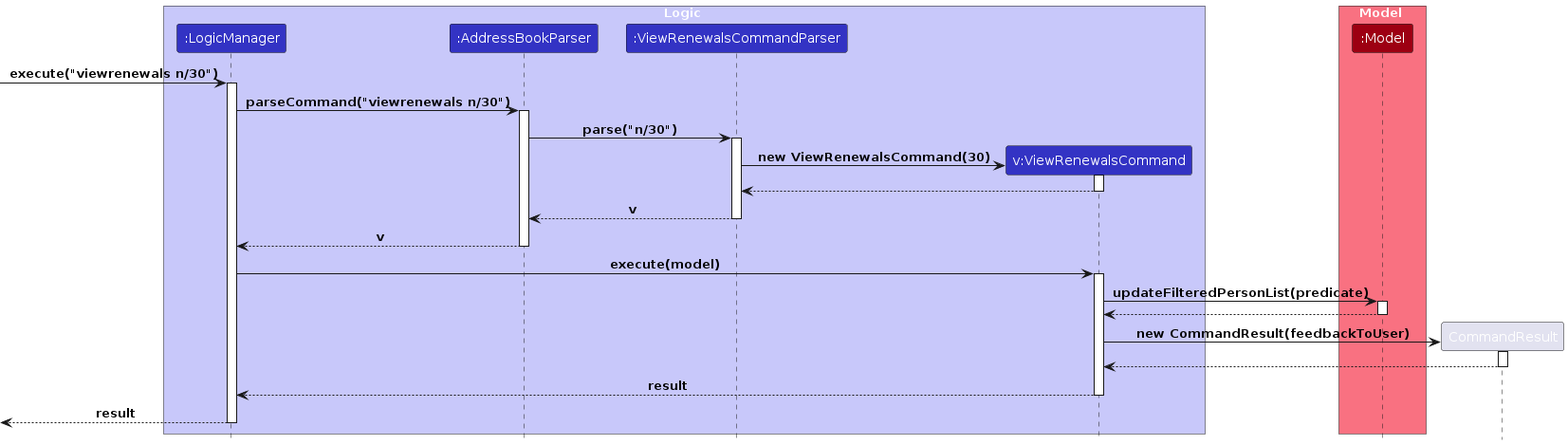
Above: diagrams/ViewRenewalsSequenceDiagram.png in AY2425S2-CS2103-F08-2/tp (PlantUML), before the change. Its source is kept beside it as diagrams/ViewRenewalsSequenceDiagram.puml. The source it was exported from:
```plantuml
@startuml

!include style.puml

box Logic LOGIC_COLOR_T1
participant ":LogicManager" as LogicManager LOGIC_COLOR
participant ":AddressBookParser" as AddressBookParser LOGIC_COLOR
participant ":ViewRenewalsCommandParser" as ViewRenewalsCommandParser LOGIC_COLOR
participant "v:ViewRenewalsCommand" as ViewRenewalsCommand LOGIC_COLOR
end box

box Model MODEL_COLOR_T1
participant ":Model" as Model MODEL_COLOR
end box

[-> LogicManager : execute("viewrenewals n/30")
activate LogicManager

LogicManager -> AddressBookParser : parseCommand("viewrenewals n/30")
activate AddressBookParser

AddressBookParser -> ViewRenewalsCommandParser : parse("n/30")
activate ViewRenewalsCommandParser

create ViewRenewalsCommand
ViewRenewalsCommandParser -> ViewRenewalsCommand : new ViewRenewalsCommand(30)
activate ViewRenewalsCommand

ViewRenewalsCommand --> ViewRenewalsCommandParser
deactivate ViewRenewalsCommand

ViewRenewalsCommandParser --> AddressBookParser : v
deactivate ViewRenewalsCommandParser

AddressBookParser --> LogicManager : v
deactivate AddressBookParser

LogicManager -> ViewRenewalsCommand : execute(model)
activate ViewRenewalsCommand

ViewRenewalsCommand -> Model : updateFilteredPersonList(predicate)
activate Model

Model --> ViewRenewalsCommand
deactivate Model

create CommandResult
ViewRenewalsCommand -> CommandResult : new CommandResult(feedbackToUser)
activate CommandResult

CommandResult --> ViewRenewalsCommand
deactivate CommandResult

ViewRenewalsCommand --> LogicManager : result
deactivate ViewRenewalsCommand

[<-- LogicManager : result
deactivate LogicManager

@enduml
```
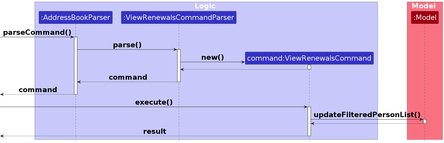
The same file after the commit.

The edit, as a diff of the source:
```diff
@@ -1,60 +1,47 @@
 @startuml
-
 !include style.puml
 
+skinparam defaultFontSize 24
+
 box Logic LOGIC_COLOR_T1
-participant ":LogicManager" as LogicManager LOGIC_COLOR
 participant ":AddressBookParser" as AddressBookParser LOGIC_COLOR
 participant ":ViewRenewalsCommandParser" as ViewRenewalsCommandParser LOGIC_COLOR
-participant "v:ViewRenewalsCommand" as ViewRenewalsCommand LOGIC_COLOR
+participant "command:ViewRenewalsCommand" as ViewRenewalsCommand LOGIC_COLOR
 end box
 
 box Model MODEL_COLOR_T1
 participant ":Model" as Model MODEL_COLOR
 end box
 
-[-> LogicManager : execute("viewrenewals n/30")
-activate LogicManager
-
-LogicManager -> AddressBookParser : parseCommand("viewrenewals n/30")
+[-> AddressBookParser : parseCommand()
 activate AddressBookParser
 
-AddressBookParser -> ViewRenewalsCommandParser : parse("n/30")
+AddressBookParser -> ViewRenewalsCommandParser : parse()
 activate ViewRenewalsCommandParser
 
 create ViewRenewalsCommand
-ViewRenewalsCommandParser -> ViewRenewalsCommand : new ViewRenewalsCommand(30)
+ViewRenewalsCommandParser -> ViewRenewalsCommand : new()
 activate ViewRenewalsCommand
 
 ViewRenewalsCommand --> ViewRenewalsCommandParser
 deactivate ViewRenewalsCommand
 
-ViewRenewalsCommandParser --> AddressBookParser : v
+ViewRenewalsCommandParser --> AddressBookParser : command
 deactivate ViewRenewalsCommandParser
 
-AddressBookParser --> LogicManager : v
+[<-- AddressBookParser : command
 deactivate AddressBookParser
 
-LogicManager -> ViewRenewalsCommand : execute(model)
+[-> ViewRenewalsCommand : execute()
 activate ViewRenewalsCommand
 
-ViewRenewalsCommand -> Model : updateFilteredPersonList(predicate)
+ViewRenewalsCommand -> Model : updateFilteredPersonList()
 activate Model
 
 Model --> ViewRenewalsCommand
 deactivate Model
 
-create CommandResult
-ViewRenewalsCommand -> CommandResult : new CommandResult(feedbackToUser)
-activate CommandResult
-
-CommandResult --> ViewRenewalsCommand
-deactivate CommandResult
-
-ViewRenewalsCommand --> LogicManager : result
+[<-- ViewRenewalsCommand : result
 deactivate ViewRenewalsCommand
 
-[<-- LogicManager : result
-deactivate LogicManager
-
 @enduml
```
